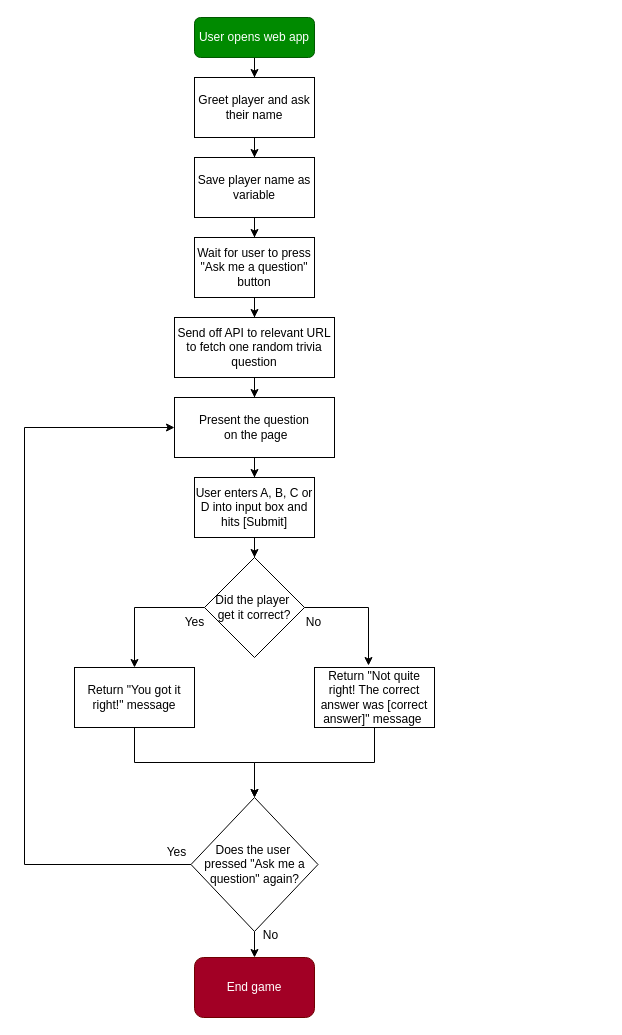
Earlier version of the draw.io diagram page "MVP 1" (3 of 3) of MVP Flowcharts - Trivial Pursuit.drawio (SchoolOfCode/week-3-hackathon-team-mimosa). Source tidied: cells renumbered, new cells numbered last; positions are measured from the earlier drawing's top-left corner, leaving out a move shared by most shapes. Both pictures are drawn from the tidied source at 100%, with x=0, y=0 at pixel (24, 17).
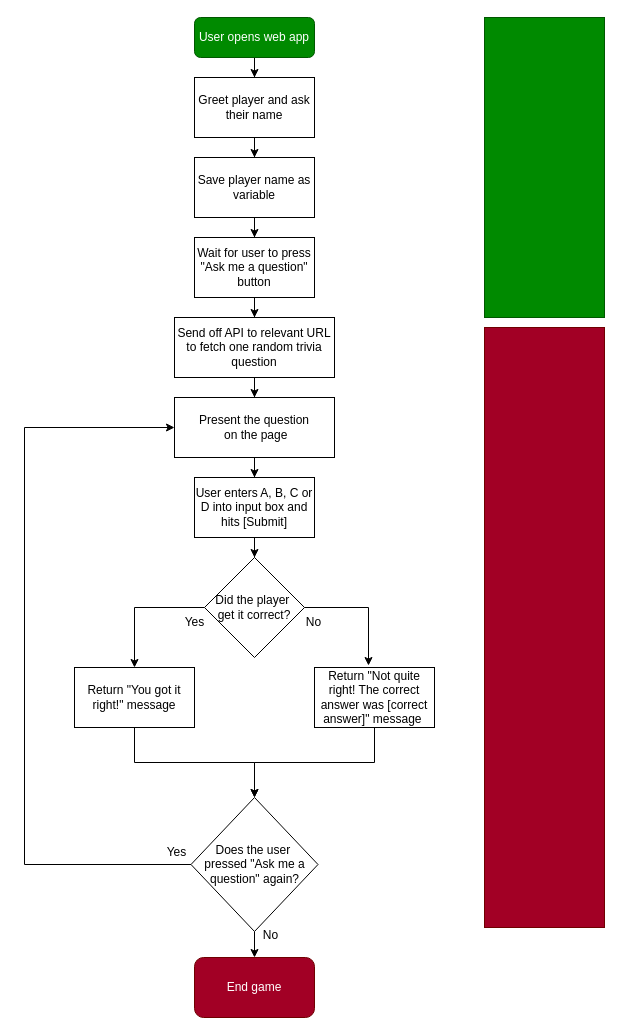
Above is the later version.

The edit, as a diff of the source:
```diff
@@
+    <mxCell id="31" style="rounded=0;whiteSpace=wrap;html=1;fillColor=#008a00;fontColor=#ffffff;strokeColor=#005700;" parent="1" vertex="1">
+      <mxGeometry x="460" width="120" height="300" as="geometry" />
+    </mxCell>
+    <mxCell id="32" style="rounded=0;whiteSpace=wrap;html=1;fillColor=#a20025;fontColor=#ffffff;strokeColor=#6F0000;" parent="1" vertex="1">
+      <mxGeometry x="460" y="310" width="120" height="600" as="geometry" />
+    </mxCell>
```
